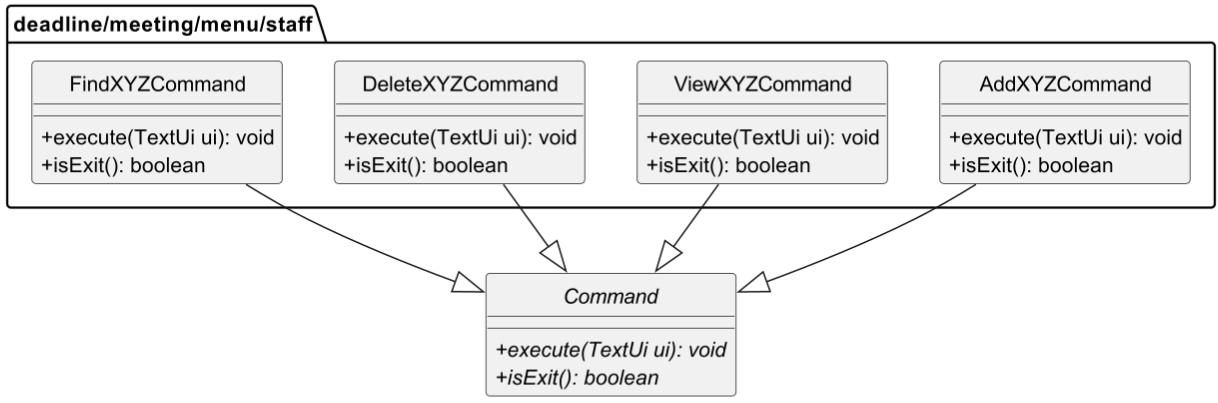
Above: docs/uml/images/CommandClassDiagramAddViewDeleteFind.png in nus-cs2113-AY2223S2/tp (PlantUML), before the change. Its source is kept beside it as docs/uml/CommandClassDiagramAddViewDeleteFind.puml. The source it was exported from:
```plantuml
@startuml
!include Style.puml


abstract class Command {
    +{abstract} execute(TextUi ui): void
    +{abstract} isExit(): boolean
}

package deadline/meeting/menu/staff {
class AddXYZCommand {
    + execute(TextUi ui): void
    + isExit(): boolean
}

class ViewXYZCommand {
    + execute(TextUi ui): void
    + isExit(): boolean
}

class DeleteXYZCommand {
    + execute(TextUi ui): void
    + isExit(): boolean
}

class FindXYZCommand {
    + execute(TextUi ui): void
    + isExit(): boolean
}
}


AddXYZCommand --|> Command
ViewXYZCommand --|> Command
DeleteXYZCommand --|> Command
FindXYZCommand --|> Command

@enduml
```
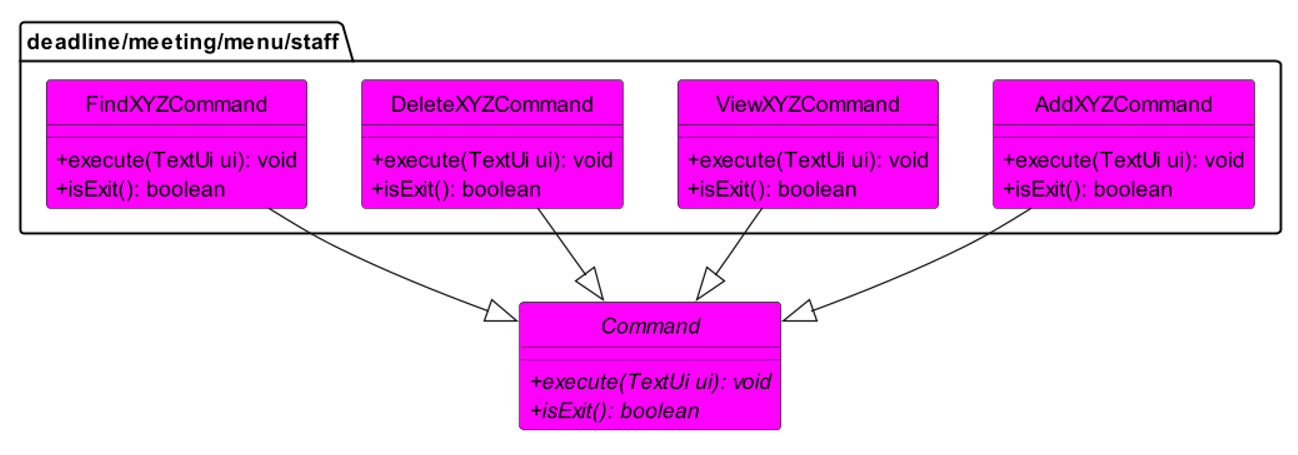
After the change.

Diff of the diagram source:
```diff
@@ -2,28 +2,28 @@
 !include Style.puml
 
 
-abstract class Command {
+abstract class Command COMMAND_COLOR {
     +{abstract} execute(TextUi ui): void
     +{abstract} isExit(): boolean
 }
 
 package deadline/meeting/menu/staff {
-class AddXYZCommand {
+class AddXYZCommand COMMAND_COLOR {
     + execute(TextUi ui): void
     + isExit(): boolean
 }
 
-class ViewXYZCommand {
+class ViewXYZCommand COMMAND_COLOR {
     + execute(TextUi ui): void
     + isExit(): boolean
 }
 
-class DeleteXYZCommand {
+class DeleteXYZCommand COMMAND_COLOR {
     + execute(TextUi ui): void
     + isExit(): boolean
 }
 
-class FindXYZCommand {
+class FindXYZCommand COMMAND_COLOR {
     + execute(TextUi ui): void
     + isExit(): boolean
 }
```
